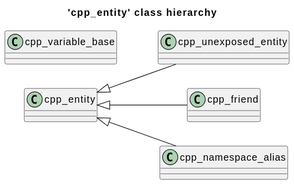
This is cppast/diagrams/cpp_entity_class_hierarchy_diagram.svg from bkryza/clang-uml-examples, a PlantUML export, as it was before one commit. Its diagram source:
```plantuml
@startuml
title 'cpp_entity' class hierarchy
left to right direction
class "cpp_entity" as C_0014837562978658247224
class C_0014837562978658247224 [[https://github.com/foonathan/cppast/blob/5329e377ab9b9ab9309e9641f3fcda04366a449a/include/cppast/cpp_entity.hpp#L47{cpp_entity}]] {
__
}
class "cpp_unexposed_entity" as C_0011598861676029238614
class C_0011598861676029238614 [[https://github.com/foonathan/cppast/blob/5329e377ab9b9ab9309e9641f3fcda04366a449a/include/cppast/cpp_entity.hpp#L187{cpp_unexposed_entity}]] {
__
}
class "cpp_friend" as C_0002424370915184415608
class C_0002424370915184415608 [[https://github.com/foonathan/cppast/blob/5329e377ab9b9ab9309e9641f3fcda04366a449a/include/cppast/cpp_friend.hpp#L19{cpp_friend}]] {
__
}
class "cpp_variable_base" as C_0001476801060215450073
class C_0001476801060215450073 [[https://github.com/foonathan/cppast/blob/5329e377ab9b9ab9309e9641f3fcda04366a449a/include/cppast/cppast_fwd.hpp#L79{cpp_variable_base}]] {
__
}
class "cpp_namespace_alias" as C_0001387303117080103145
class C_0001387303117080103145 [[https://github.com/foonathan/cppast/blob/5329e377ab9b9ab9309e9641f3fcda04366a449a/include/cppast/cpp_namespace.hpp#L102{cpp_namespace_alias}]] {
__
}
C_0014837562978658247224 <|-- C_0011598861676029238614
C_0014837562978658247224 <|-- C_0002424370915184415608
C_0014837562978658247224 <|-- C_0001387303117080103145

@enduml
```
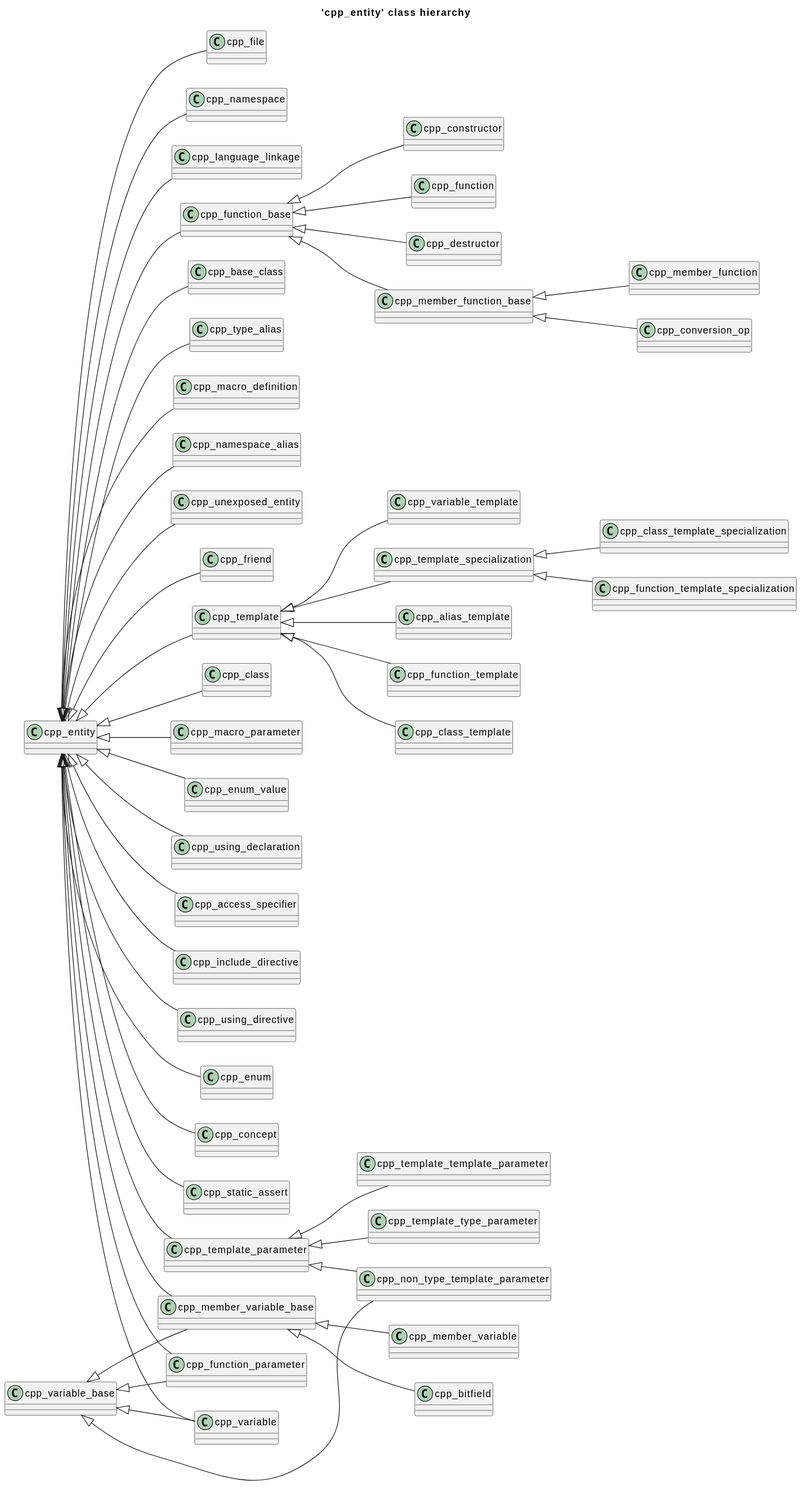
The same diagram one commit later.

Diff of the diagram source:
```diff
@@ -13,8 +13,168 @@
 class C_0002424370915184415608 [[https://github.com/foonathan/cppast/blob/5329e377ab9b9ab9309e9641f3fcda04366a449a/include/cppast/cpp_friend.hpp#L19{cpp_friend}]] {
 __
 }
+class "cpp_template" as C_0000056978405368650305
+class C_0000056978405368650305 [[https://github.com/foonathan/cppast/blob/5329e377ab9b9ab9309e9641f3fcda04366a449a/include/cppast/cpp_template.hpp#L21{cpp_template}]] {
+__
+}
+class "cpp_constructor" as C_0000744208881657781993
+class C_0000744208881657781993 [[https://github.com/foonathan/cppast/blob/5329e377ab9b9ab9309e9641f3fcda04366a449a/include/cppast/cpp_member_function.hpp#L232{cpp_constructor}]] {
+__
+}
 class "cpp_variable_base" as C_0001476801060215450073
-class C_0001476801060215450073 [[https://github.com/foonathan/cppast/blob/5329e377ab9b9ab9309e9641f3fcda04366a449a/include/cppast/cppast_fwd.hpp#L79{cpp_variable_base}]] {
+class C_0001476801060215450073 [[https://github.com/foonathan/cppast/blob/5329e377ab9b9ab9309e9641f3fcda04366a449a/include/cppast/cpp_variable_base.hpp#L16{cpp_variable_base}]] {
+__
+}
+class "cpp_member_function" as C_0001638276770736048147
+class C_0001638276770736048147 [[https://github.com/foonathan/cppast/blob/5329e377ab9b9ab9309e9641f3fcda04366a449a/include/cppast/cpp_member_function.hpp#L169{cpp_member_function}]] {
+__
+}
+class "cpp_class_template" as C_0002839554221933236183
+class C_0002839554221933236183 [[https://github.com/foonathan/cppast/blob/5329e377ab9b9ab9309e9641f3fcda04366a449a/include/cppast/cpp_class_template.hpp#L13{cpp_class_template}]] {
+__
+}
+class "cpp_class" as C_0003247661836250681946
+class C_0003247661836250681946 [[https://github.com/foonathan/cppast/blob/5329e377ab9b9ab9309e9641f3fcda04366a449a/include/cppast/cpp_class.hpp#L118{cpp_class}]] {
+__
+}
+class "cpp_macro_parameter" as C_0003851227765737185001
+class C_0003851227765737185001 [[https://github.com/foonathan/cppast/blob/5329e377ab9b9ab9309e9641f3fcda04366a449a/include/cppast/cpp_preprocessor.hpp#L15{cpp_macro_parameter}]] {
+__
+}
+class "cpp_variable_template" as C_0004230719769475287964
+class C_0004230719769475287964 [[https://github.com/foonathan/cppast/blob/5329e377ab9b9ab9309e9641f3fcda04366a449a/include/cppast/cpp_variable_template.hpp#L13{cpp_variable_template}]] {
+__
+}
+class "cpp_template_specialization" as C_0004233610848520158216
+class C_0004233610848520158216 [[https://github.com/foonathan/cppast/blob/5329e377ab9b9ab9309e9641f3fcda04366a449a/include/cppast/cpp_template.hpp#L177{cpp_template_specialization}]] {
+__
+}
+class "cpp_enum_value" as C_0004557712457062916037
+class C_0004557712457062916037 [[https://github.com/foonathan/cppast/blob/5329e377ab9b9ab9309e9641f3fcda04366a449a/include/cppast/cpp_enum.hpp#L21{cpp_enum_value}]] {
+__
+}
+class "cpp_using_declaration" as C_0004873264564117253886
+class C_0004873264564117253886 [[https://github.com/foonathan/cppast/blob/5329e377ab9b9ab9309e9641f3fcda04366a449a/include/cppast/cpp_namespace.hpp#L164{cpp_using_declaration}]] {
+__
+}
+class "cpp_access_specifier" as C_0005654748856299689229
+class C_0005654748856299689229 [[https://github.com/foonathan/cppast/blob/5329e377ab9b9ab9309e9641f3fcda04366a449a/include/cppast/cpp_class.hpp#L37{cpp_access_specifier}]] {
+__
+}
+class "cpp_include_directive" as C_0005687090430143692961
+class C_0005687090430143692961 [[https://github.com/foonathan/cppast/blob/5329e377ab9b9ab9309e9641f3fcda04366a449a/include/cppast/cpp_preprocessor.hpp#L154{cpp_include_directive}]] {
+__
+}
+class "cpp_template_template_parameter" as C_0006031188480135369622
+class C_0006031188480135369622 [[https://github.com/foonathan/cppast/blob/5329e377ab9b9ab9309e9641f3fcda04366a449a/include/cppast/cpp_template_parameter.hpp#L173{cpp_template_template_parameter}]] {
+__
+}
+class "cpp_using_directive" as C_0007075944699303142096
+class C_0007075944699303142096 [[https://github.com/foonathan/cppast/blob/5329e377ab9b9ab9309e9641f3fcda04366a449a/include/cppast/cpp_namespace.hpp#L133{cpp_using_directive}]] {
+__
+}
+class "cpp_enum" as C_0007312676154739140870
+class C_0007312676154739140870 [[https://github.com/foonathan/cppast/blob/5329e377ab9b9ab9309e9641f3fcda04366a449a/include/cppast/cpp_enum.hpp#L53{cpp_enum}]] {
+__
+}
+class "cpp_alias_template" as C_0007597908654956310057
+class C_0007597908654956310057 [[https://github.com/foonathan/cppast/blob/5329e377ab9b9ab9309e9641f3fcda04366a449a/include/cppast/cpp_alias_template.hpp#L13{cpp_alias_template}]] {
+__
+}
+class "cpp_concept" as C_0008120007476062488875
+class C_0008120007476062488875 [[https://github.com/foonathan/cppast/blob/5329e377ab9b9ab9309e9641f3fcda04366a449a/include/cppast/cpp_concept.hpp#L17{cpp_concept}]] {
+__
+}
+class "cpp_function" as C_0008238402371001678400
+class C_0008238402371001678400 [[https://github.com/foonathan/cppast/blob/5329e377ab9b9ab9309e9641f3fcda04366a449a/include/cppast/cpp_function.hpp#L201{cpp_function}]] {
+__
+}
+class "cpp_static_assert" as C_0008285094756580070255
+class C_0008285094756580070255 [[https://github.com/foonathan/cppast/blob/5329e377ab9b9ab9309e9641f3fcda04366a449a/include/cppast/cpp_static_assert.hpp#L12{cpp_static_assert}]] {
+__
+}
+class "cpp_bitfield" as C_0009136645971418938112
+class C_0009136645971418938112 [[https://github.com/foonathan/cppast/blob/5329e377ab9b9ab9309e9641f3fcda04366a449a/include/cppast/cpp_member_variable.hpp#L53{cpp_bitfield}]] {
+__
+}
+class "cpp_template_parameter" as C_0009267542389196346145
+class C_0009267542389196346145 [[https://github.com/foonathan/cppast/blob/5329e377ab9b9ab9309e9641f3fcda04366a449a/include/cppast/cpp_template_parameter.hpp#L17{cpp_template_parameter}]] {
+__
+}
+class "cpp_function_base" as C_0009784562603582606826
+class C_0009784562603582606826 [[https://github.com/foonathan/cppast/blob/5329e377ab9b9ab9309e9641f3fcda04366a449a/include/cppast/cpp_function.hpp#L68{cpp_function_base}]] {
+__
+}
+class "cpp_file" as C_0009988748056411922181
+class C_0009988748056411922181 [[https://github.com/foonathan/cppast/blob/5329e377ab9b9ab9309e9641f3fcda04366a449a/include/cppast/cpp_file.hpp#L27{cpp_file}]] {
+__
+}
+class "cpp_member_variable_base" as C_0010327243877904530778
+class C_0010327243877904530778 [[https://github.com/foonathan/cppast/blob/5329e377ab9b9ab9309e9641f3fcda04366a449a/include/cppast/cpp_member_variable.hpp#L13{cpp_member_variable_base}]] {
+__
+}
+class "cpp_namespace" as C_0010549045533069850854
+class C_0010549045533069850854 [[https://github.com/foonathan/cppast/blob/5329e377ab9b9ab9309e9641f3fcda04366a449a/include/cppast/cpp_namespace.hpp#L15{cpp_namespace}]] {
+__
+}
+class "cpp_function_parameter" as C_0010820776029759690744
+class C_0010820776029759690744 [[https://github.com/foonathan/cppast/blob/5329e377ab9b9ab9309e9641f3fcda04366a449a/include/cppast/cpp_function.hpp#L16{cpp_function_parameter}]] {
+__
+}
+class "cpp_language_linkage" as C_0010950920259104279349
+class C_0010950920259104279349 [[https://github.com/foonathan/cppast/blob/5329e377ab9b9ab9309e9641f3fcda04366a449a/include/cppast/cpp_language_linkage.hpp#L13{cpp_language_linkage}]] {
+__
+}
+class "cpp_function_template" as C_0011606065587562226682
+class C_0011606065587562226682 [[https://github.com/foonathan/cppast/blob/5329e377ab9b9ab9309e9641f3fcda04366a449a/include/cppast/cpp_function_template.hpp#L13{cpp_function_template}]] {
+__
+}
+class "cpp_non_type_template_parameter" as C_0011690277265699054121
+class C_0011690277265699054121 [[https://github.com/foonathan/cppast/blob/5329e377ab9b9ab9309e9641f3fcda04366a449a/include/cppast/cpp_template_parameter.hpp#L137{cpp_non_type_template_parameter}]] {
+__
+}
+class "cpp_base_class" as C_0012106362760772955090
+class C_0012106362760772955090 [[https://github.com/foonathan/cppast/blob/5329e377ab9b9ab9309e9641f3fcda04366a449a/include/cppast/cpp_class.hpp#L67{cpp_base_class}]] {
+__
+}
+class "cpp_destructor" as C_0012177656741415012122
+class C_0012177656741415012122 [[https://github.com/foonathan/cppast/blob/5329e377ab9b9ab9309e9641f3fcda04366a449a/include/cppast/cpp_member_function.hpp#L295{cpp_destructor}]] {
+__
+}
+class "cpp_type_alias" as C_0013221475101342136913
+class C_0013221475101342136913 [[https://github.com/foonathan/cppast/blob/5329e377ab9b9ab9309e9641f3fcda04366a449a/include/cppast/cpp_type_alias.hpp#L14{cpp_type_alias}]] {
+__
+}
+class "cpp_macro_definition" as C_0013286893680611750870
+class C_0013286893680611750870 [[https://github.com/foonathan/cppast/blob/5329e377ab9b9ab9309e9641f3fcda04366a449a/include/cppast/cpp_preprocessor.hpp#L35{cpp_macro_definition}]] {
+__
+}
+class "cpp_template_type_parameter" as C_0013382832105265801194
+class C_0013382832105265801194 [[https://github.com/foonathan/cppast/blob/5329e377ab9b9ab9309e9641f3fcda04366a449a/include/cppast/cpp_template_parameter.hpp#L47{cpp_template_type_parameter}]] {
+__
+}
+class "cpp_variable" as C_0013717450342305293971
+class C_0013717450342305293971 [[https://github.com/foonathan/cppast/blob/5329e377ab9b9ab9309e9641f3fcda04366a449a/include/cppast/cpp_variable.hpp#L18{cpp_variable}]] {
+__
+}
+class "cpp_conversion_op" as C_0013975785137753859543
+class C_0013975785137753859543 [[https://github.com/foonathan/cppast/blob/5329e377ab9b9ab9309e9641f3fcda04366a449a/include/cppast/cpp_member_function.hpp#L191{cpp_conversion_op}]] {
+__
+}
+class "cpp_class_template_specialization" as C_0014101478609557655267
+class C_0014101478609557655267 [[https://github.com/foonathan/cppast/blob/5329e377ab9b9ab9309e9641f3fcda04366a449a/include/cppast/cpp_class_template.hpp#L42{cpp_class_template_specialization}]] {
+__
+}
+class "cpp_member_function_base" as C_0014267907891975603941
+class C_0014267907891975603941 [[https://github.com/foonathan/cppast/blob/5329e377ab9b9ab9309e9641f3fcda04366a449a/include/cppast/cpp_member_function.hpp#L63{cpp_member_function_base}]] {
+__
+}
+class "cpp_function_template_specialization" as C_0015297399042783341047
+class C_0015297399042783341047 [[https://github.com/foonathan/cppast/blob/5329e377ab9b9ab9309e9641f3fcda04366a449a/include/cppast/cpp_function_template.hpp#L42{cpp_function_template_specialization}]] {
+__
+}
+class "cpp_member_variable" as C_0017651782178406027967
+class C_0017651782178406027967 [[https://github.com/foonathan/cppast/blob/5329e377ab9b9ab9309e9641f3fcda04366a449a/include/cppast/cpp_member_variable.hpp#L33{cpp_member_variable}]] {
 __
 }
 class "cpp_namespace_alias" as C_0001387303117080103145
@@ -23,6 +183,50 @@
 }
 C_0014837562978658247224 <|-- C_0011598861676029238614
 C_0014837562978658247224 <|-- C_0002424370915184415608
+C_0014837562978658247224 <|-- C_0000056978405368650305
+C_0009784562603582606826 <|-- C_0000744208881657781993
+C_0014267907891975603941 <|-- C_0001638276770736048147
+C_0000056978405368650305 <|-- C_0002839554221933236183
+C_0014837562978658247224 <|-- C_0003247661836250681946
+C_0014837562978658247224 <|-- C_0003851227765737185001
+C_0000056978405368650305 <|-- C_0004230719769475287964
+C_0000056978405368650305 <|-- C_0004233610848520158216
+C_0014837562978658247224 <|-- C_0004557712457062916037
+C_0014837562978658247224 <|-- C_0004873264564117253886
+C_0014837562978658247224 <|-- C_0005654748856299689229
+C_0014837562978658247224 <|-- C_0005687090430143692961
+C_0009267542389196346145 <|-- C_0006031188480135369622
+C_0014837562978658247224 <|-- C_0007075944699303142096
+C_0014837562978658247224 <|-- C_0007312676154739140870
+C_0000056978405368650305 <|-- C_0007597908654956310057
+C_0014837562978658247224 <|-- C_0008120007476062488875
+C_0009784562603582606826 <|-- C_0008238402371001678400
+C_0014837562978658247224 <|-- C_0008285094756580070255
+C_0010327243877904530778 <|-- C_0009136645971418938112
+C_0014837562978658247224 <|-- C_0009267542389196346145
+C_0014837562978658247224 <|-- C_0009784562603582606826
+C_0014837562978658247224 <|-- C_0009988748056411922181
+C_0014837562978658247224 <|-- C_0010327243877904530778
+C_0001476801060215450073 <|-- C_0010327243877904530778
+C_0014837562978658247224 <|-- C_0010549045533069850854
+C_0014837562978658247224 <|-- C_0010820776029759690744
+C_0001476801060215450073 <|-- C_0010820776029759690744
+C_0014837562978658247224 <|-- C_0010950920259104279349
+C_0000056978405368650305 <|-- C_0011606065587562226682
+C_0009267542389196346145 <|-- C_0011690277265699054121
+C_0001476801060215450073 <|-- C_0011690277265699054121
+C_0014837562978658247224 <|-- C_0012106362760772955090
+C_0009784562603582606826 <|-- C_0012177656741415012122
+C_0014837562978658247224 <|-- C_0013221475101342136913
+C_0014837562978658247224 <|-- C_0013286893680611750870
+C_0009267542389196346145 <|-- C_0013382832105265801194
+C_0014837562978658247224 <|-- C_0013717450342305293971
+C_0001476801060215450073 <|-- C_0013717450342305293971
+C_0014267907891975603941 <|-- C_0013975785137753859543
+C_0004233610848520158216 <|-- C_0014101478609557655267
+C_0009784562603582606826 <|-- C_0014267907891975603941
+C_0004233610848520158216 <|-- C_0015297399042783341047
+C_0010327243877904530778 <|-- C_0017651782178406027967
 C_0014837562978658247224 <|-- C_0001387303117080103145
 
 @enduml
```
